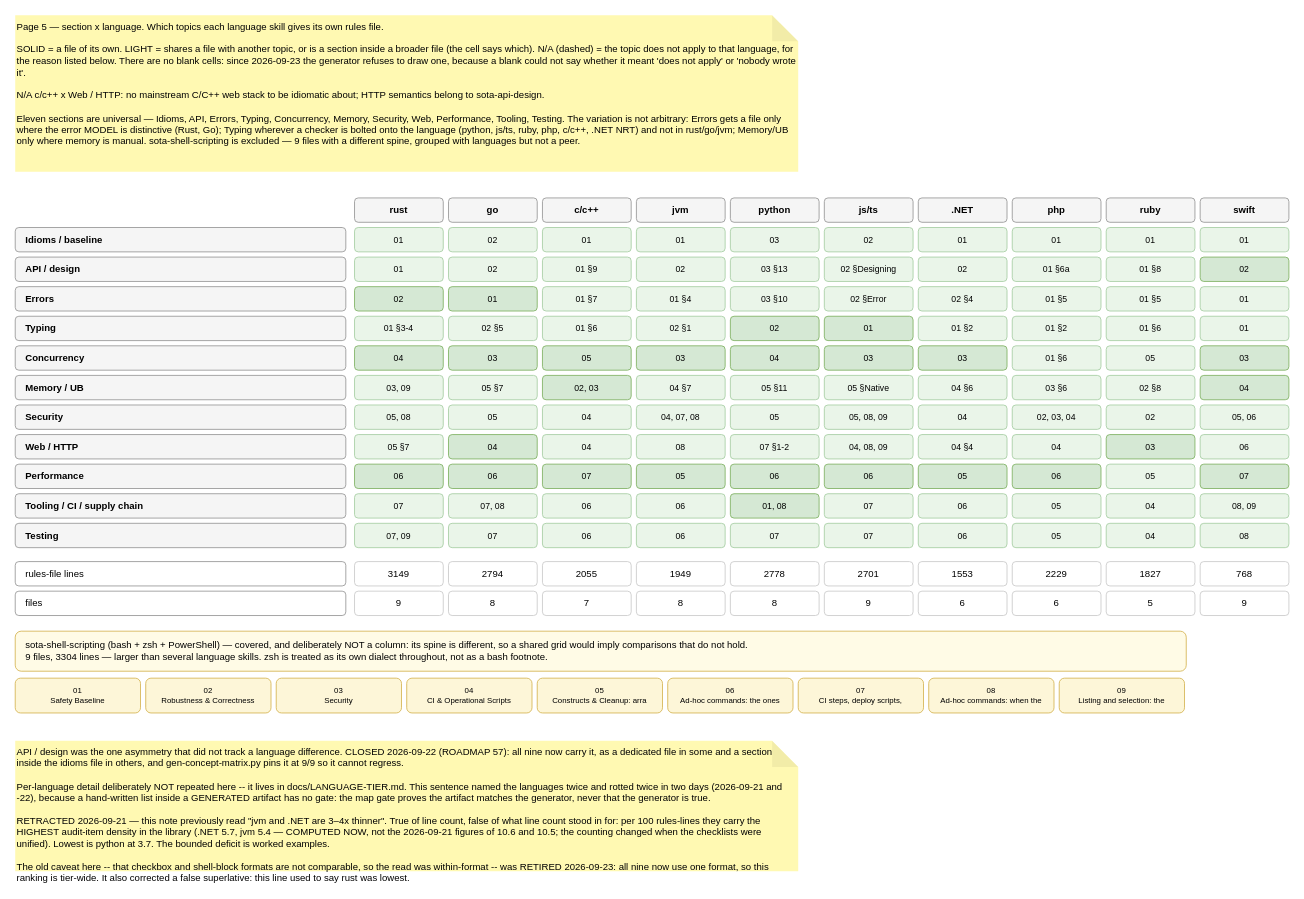
Earlier version of the draw.io diagram page "5 · Section x language" (5 of 8) of docs/skill-map.drawio (martinholovsky/SOTA-skills). Source tidied: cells renumbered, new cells numbered last; positions are measured from the earlier drawing's top-left corner, leaving out a move shared by most shapes. Both pictures are drawn from the tidied source at 87%, with x=0, y=0 at pixel (15, 15).
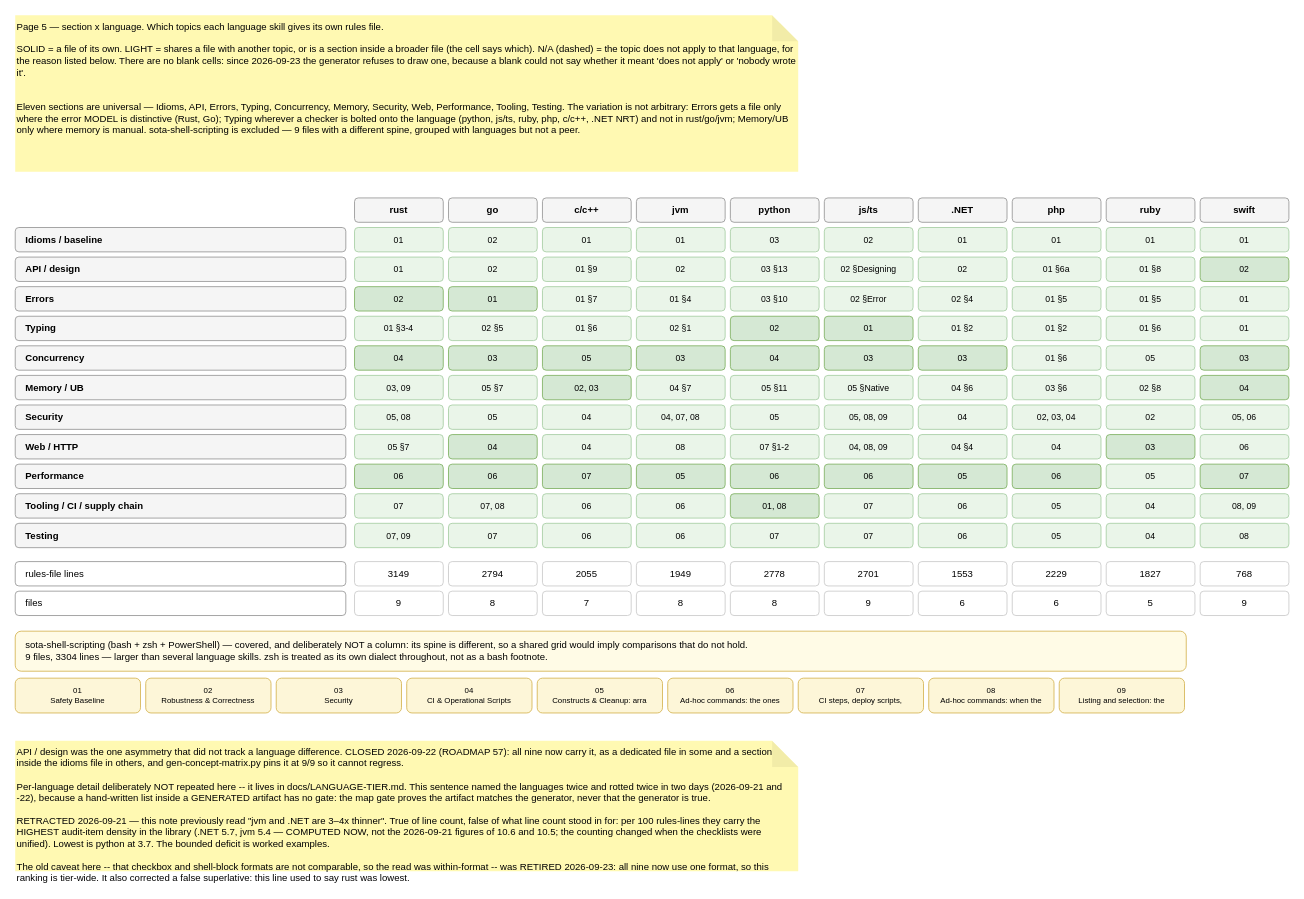
After the change.

Commit message (it also covers changes not shown here):
Session close: the c/c++ Web/HTTP n/a outlived its fix; cli-ux's Rust signal pointer; item-70 notes taken in (#672)

Change to the diagram source:
```diff
@@
-    <mxCell id="2" value="Page 5 — section x language. Which topics each language skill gives its own rules file.&lt;br&gt;&lt;br&gt;SOLID = a file of its own. LIGHT = shares a file with another topic, or is a section inside a broader file (the cell says which). N/A (dashed) = the topic does not apply to that language, for the reason listed below. There are no blank cells: since 2026-09-23 the generator refuses to draw one, because a blank could not say whether it meant 'does not apply' or 'nobody wrote it'.&lt;br&gt;&lt;br&gt;N/A c/c++ x Web / HTTP: no mainstream C/C++ web stack to be idiomatic about; HTTP semantics belong to sota-api-design.&lt;br&gt;&lt;br&gt;Eleven sections are universal — Idioms, API, Errors, Typing, Concurrency, Memory, Security, Web, Performance, Tooling, Testing. The variation is not arbitrary: Errors gets a file only where the error MODEL is distinctive (Rust, Go); Typing wherever a checker is bolted onto the language (python, js/ts, ruby, php, c/c++, .NET NRT) and not in rust/go/jvm; Memory/UB only where memory is manual. sota-shell-scripting is excluded — 9 files with a different spine, grouped with languages but not a peer." style="shape=note;whiteSpace=wrap;html=1;backgroundOutline=1;darkOpacity=0.05;fillColor=#FFF9B2;strokeColor=none;fontSize=11;align=left;verticalAlign=top;" parent="1" vertex="1">
+    <mxCell id="2" value="Page 5 — section x language. Which topics each language skill gives its own rules file.&lt;br&gt;&lt;br&gt;SOLID = a file of its own. LIGHT = shares a file with another topic, or is a section inside a broader file (the cell says which). N/A (dashed) = the topic does not apply to that language, for the reason listed below. There are no blank cells: since 2026-09-23 the generator refuses to draw one, because a blank could not say whether it meant 'does not apply' or 'nobody wrote it'.&lt;br&gt;&lt;br&gt;&lt;br&gt;Eleven sections are universal — Idioms, API, Errors, Typing, Concurrency, Memory, Security, Web, Performance, Tooling, Testing. The variation is not arbitrary: Errors gets a file only where the error MODEL is distinctive (Rust, Go); Typing wherever a checker is bolted onto the language (python, js/ts, ruby, php, c/c++, .NET NRT) and not in rust/go/jvm; Memory/UB only where memory is manual. sota-shell-scripting is excluded — 9 files with a different spine, grouped with languages but not a peer." style="shape=note;whiteSpace=wrap;html=1;backgroundOutline=1;darkOpacity=0.05;fillColor=#FFF9B2;strokeColor=none;fontSize=11;align=left;verticalAlign=top;" parent="1" vertex="1">
       <mxGeometry width="900" height="180" as="geometry" />
     </mxCell>
```
